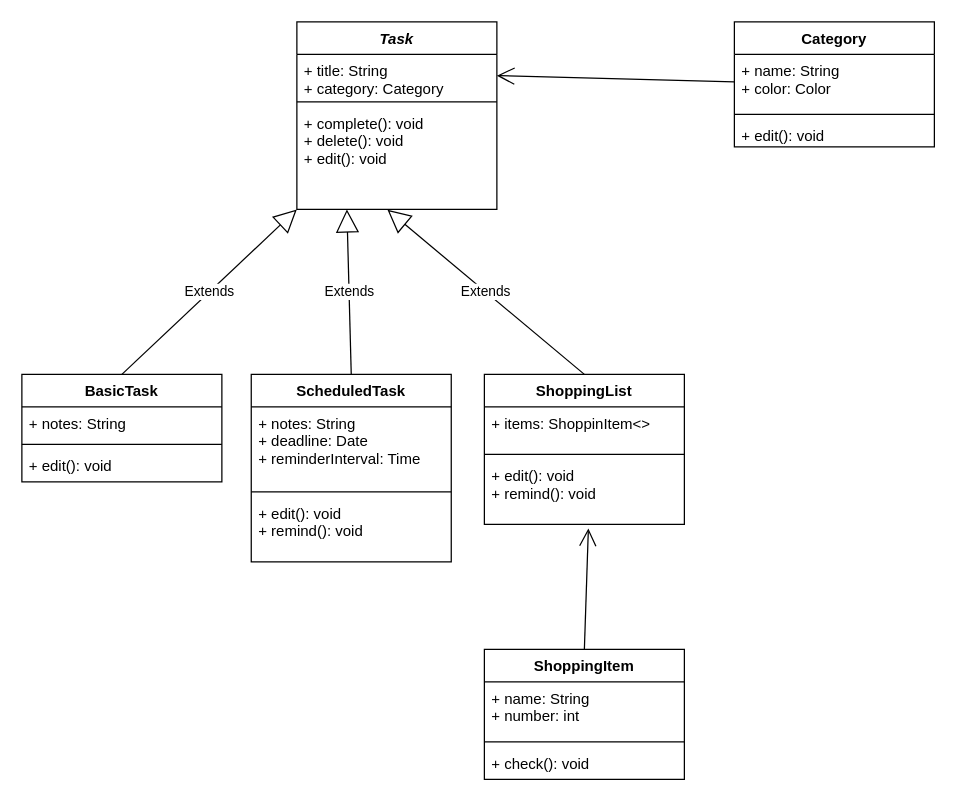
Above: todo-app_uml.drawio in BanjoBenjo/todo (draw.io), before the change. Source tidied: cells renumbered, new cells numbered last; positions are measured from the earlier drawing's top-left corner, leaving out a move shared by most shapes. Both pictures are drawn from the tidied source at 125%, with x=0, y=0 at pixel (21, 21).
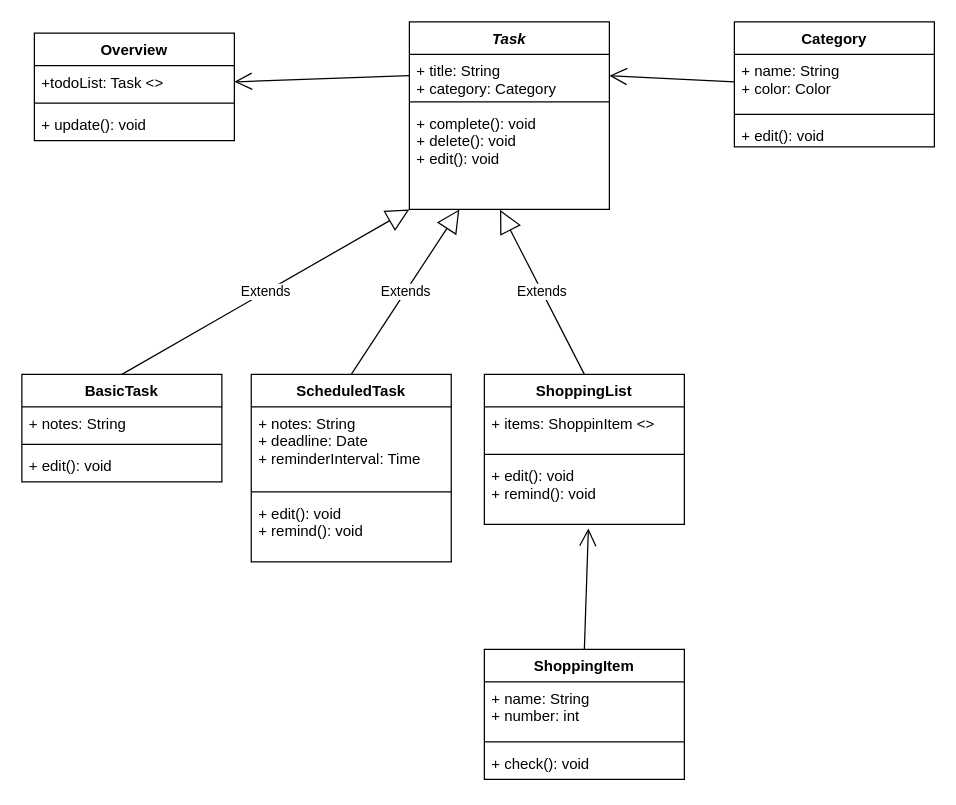
The same page after the edit.

Unchanged cells that the change refers to:
```xml
<mxCell id="14" value="ShoppingList" style="swimlane;fontStyle=1;align=center;verticalAlign=top;horizontal=1;startSize=26;" parent="1" vertex="1">
  <mxGeometry x="370" y="282" width="160" height="120" as="geometry" />
</mxCell>
<mxCell id="23" value="+ name: String&#10;+ color: Color&#10;" style="text;strokeColor=none;fillColor=none;align=left;verticalAlign=top;spacingLeft=4;spacingRight=4;overflow=hidden;points=[[0,0.5],[1,0.5]];portConstraint=eastwest;" parent="22" vertex="1">
  <mxGeometry y="26" width="160" height="44" as="geometry" />
</mxCell>
<mxCell id="27" value="+ title: String&#10;+ category: Category&#10;" style="text;strokeColor=none;fillColor=none;align=left;verticalAlign=top;spacingLeft=4;spacingRight=4;overflow=hidden;points=[[0,0.5],[1,0.5]];portConstraint=eastwest;" parent="26" vertex="1">
  <mxGeometry y="26" width="160" height="34" as="geometry" />
</mxCell>
```

Change to the diagram source:
```diff
@@
-    <mxCell id="15" value="+ items: ShoppinItem&lt;&gt;" style="text;strokeColor=none;fillColor=none;align=left;verticalAlign=top;spacingLeft=4;spacingRight=4;overflow=hidden;" parent="14" vertex="1">
+    <mxCell id="15" value="+ items: ShoppinItem &lt;&gt;" style="text;strokeColor=none;fillColor=none;align=left;verticalAlign=top;spacingLeft=4;spacingRight=4;overflow=hidden;" parent="14" vertex="1">
       <mxGeometry y="26" width="160" height="34" as="geometry" />
     </mxCell>
@@
+    <mxCell id="30" style="endArrow=open;endFill=1;endSize=12;html=1;entryX=1;entryY=0.5;entryDx=0;entryDy=0;exitX=0;exitY=0.5;exitDx=0;exitDy=0;" parent="1" edge="1" source="23" target="27">
+      <mxGeometry relative="1" as="geometry" />
+    </mxCell>
     <mxCell id="26" value="Task" style="swimlane;fontStyle=3;align=center;verticalAlign=top;horizontal=1;startSize=26;" parent="1" vertex="1">
-      <mxGeometry x="220" width="160" height="150" as="geometry" />
+      <mxGeometry x="310" width="160" height="150" as="geometry" />
     </mxCell>
@@
-    <mxCell id="30" style="endArrow=open;endFill=1;endSize=12;html=1;entryX=1;entryY=0.5;entryDx=0;entryDy=0;exitX=0;exitY=0.5;exitDx=0;exitDy=0;" parent="1" edge="1" source="23" target="27">
-      <mxGeometry relative="1" as="geometry" />
-    </mxCell>
+    <mxCell id="31" value="Overview" style="swimlane;fontStyle=1;align=center;verticalAlign=top;horizontal=1;startSize=26;" parent="1" vertex="1">
+      <mxGeometry x="10" y="9" width="160" height="86" as="geometry" />
+    </mxCell>
+    <mxCell id="32" value="+todoList: Task &lt;&gt;" style="text;strokeColor=none;fillColor=none;align=left;verticalAlign=top;spacingLeft=4;spacingRight=4;overflow=hidden;points=[[0,0.5],[1,0.5]];portConstraint=eastwest;" parent="31" vertex="1">
+      <mxGeometry y="26" width="160" height="26" as="geometry" />
+    </mxCell>
+    <mxCell id="33" style="line;strokeWidth=1;fillColor=none;align=left;verticalAlign=middle;spacingTop=-1;spacingLeft=3;spacingRight=3;labelPosition=right;" parent="31" vertex="1">
+      <mxGeometry y="52" width="160" height="8" as="geometry" />
+    </mxCell>
+    <mxCell id="34" value="+ update(): void" style="text;strokeColor=none;fillColor=none;align=left;verticalAlign=top;spacingLeft=4;spacingRight=4;overflow=hidden;" parent="31" vertex="1">
+      <mxGeometry y="60" width="160" height="26" as="geometry" />
+    </mxCell>
+    <mxCell id="35" style="endArrow=open;endFill=1;endSize=12;html=1;entryX=1;entryY=0.5;entryDx=0;entryDy=0;exitX=0;exitY=0.5;exitDx=0;exitDy=0;" parent="1" edge="1" source="27" target="32">
+      <mxGeometry relative="1" as="geometry" />
+    </mxCell>
```
